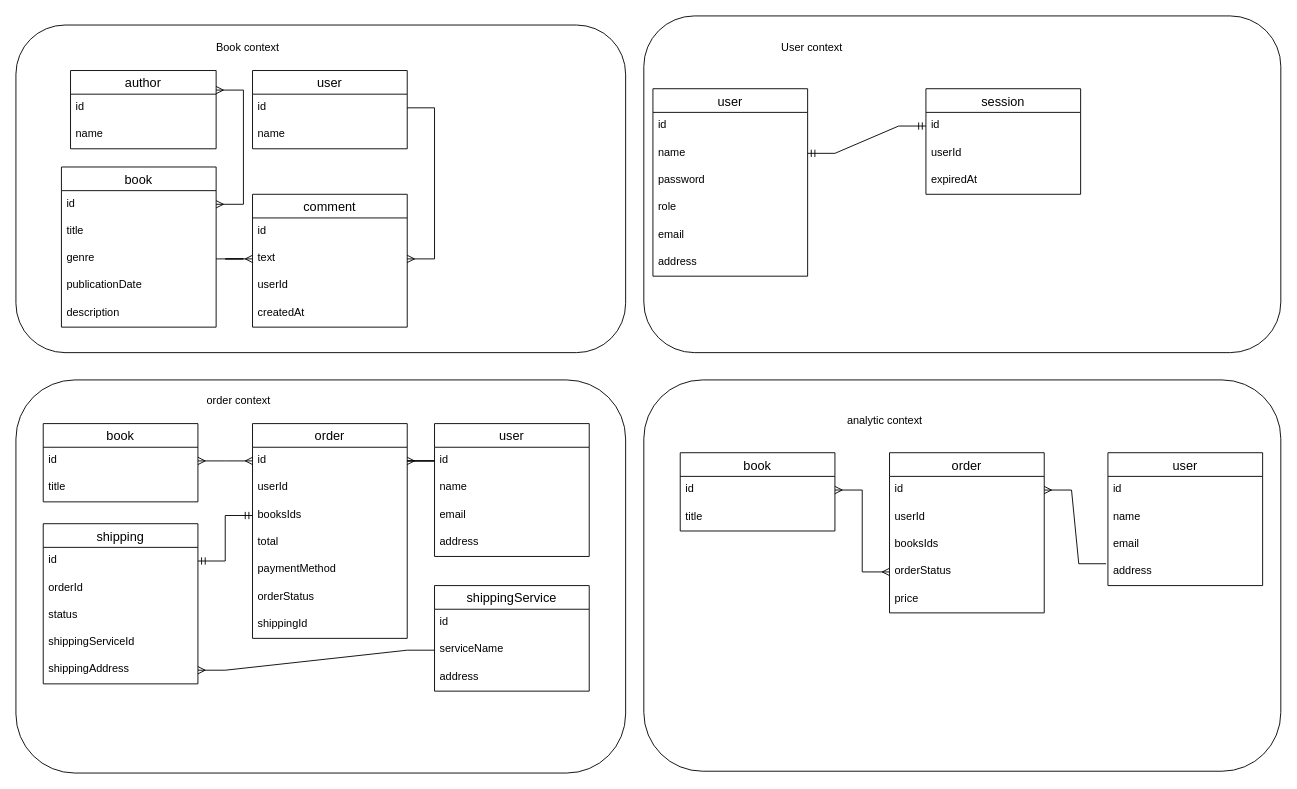
Earlier version of the draw.io diagram hw1/domain-model.drawio (4thwithme/ms_course). Source tidied: cells renumbered, new cells numbered last; positions are measured from the earlier drawing's top-left corner, leaving out a move shared by most shapes. Both pictures are drawn from the tidied source at 91%, with x=0, y=0 at pixel (15, 15).
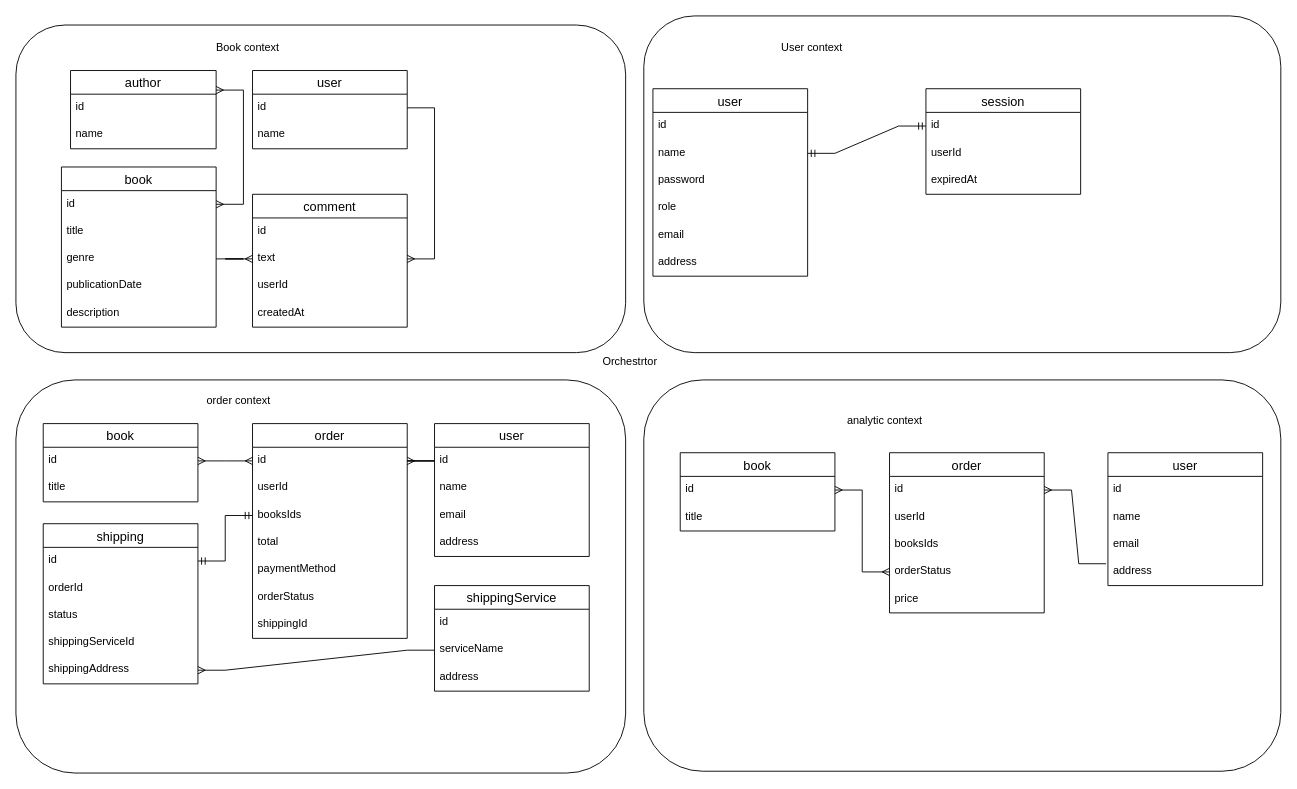
The same diagram, later.

What changed in the source:
```diff
@@
+    <mxCell id="88" value="Orchestrtor" style="text;html=1;strokeColor=none;fillColor=none;align=center;verticalAlign=middle;whiteSpace=wrap;rounded=0;" parent="1" vertex="1">
+      <mxGeometry x="645" y="365" width="60" height="30" as="geometry" />
+    </mxCell>
```
